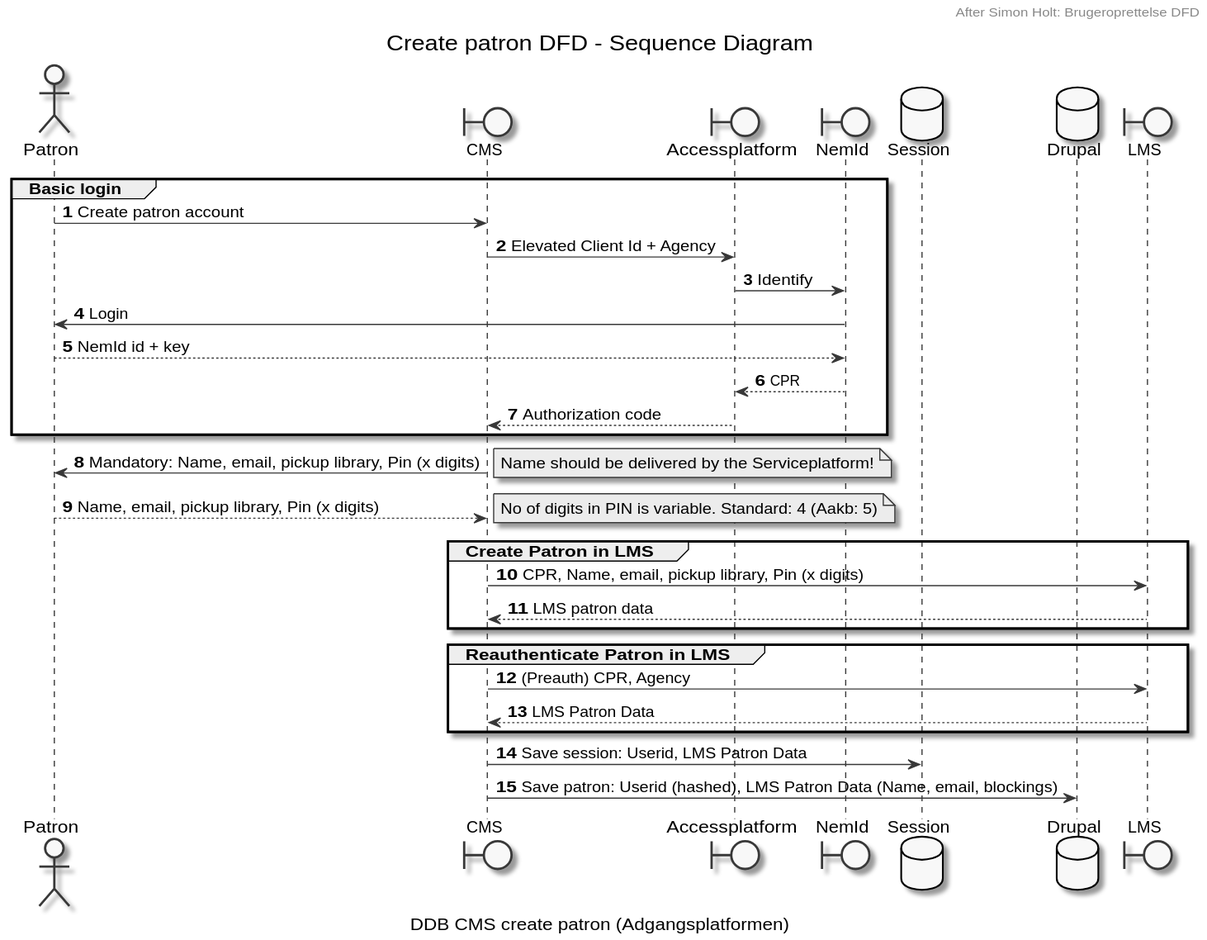
Earlier version of the PlantUML export docs/create-patron-dfd.svg (danskernesdigitalebibliotek/plantuml).
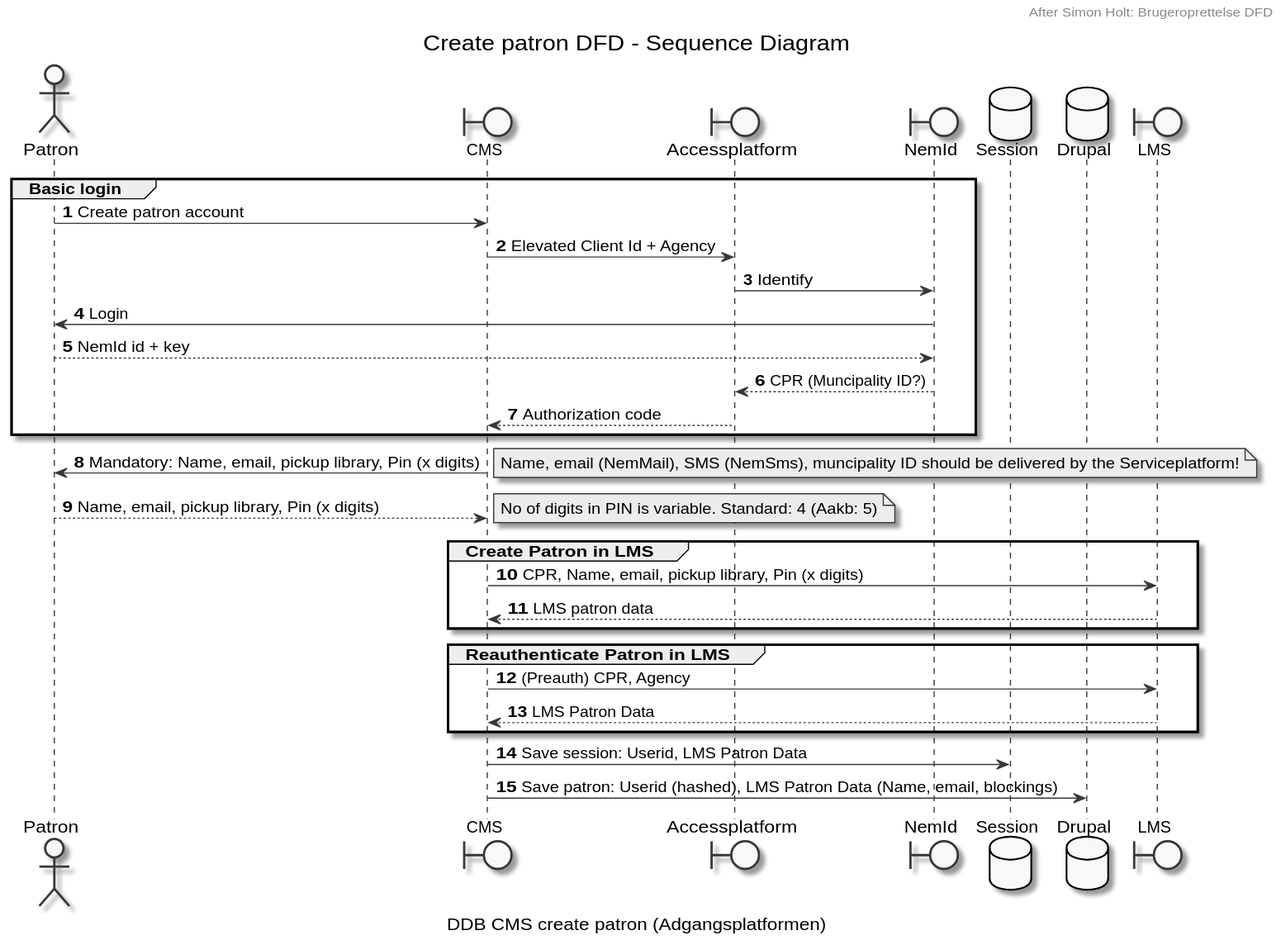
Later version of the same file.

Diff of the diagram source:
```diff
@@ -23,14 +23,14 @@
     AP -> NEMID: Identify
     NEMID -> USER: Login
     NEMID <-- USER: NemId id + key
-    AP <-- NEMID: CPR
+    AP <-- NEMID: CPR (Muncipality ID?)
     CMS <-- AP: Authorization code
 end
 
 
     CMS -> USER: Mandatory: Name, email, pickup library, Pin (x digits)
     note right
-        Name should be delivered by the Serviceplatform!
+        Name, email (NemMail), SMS (NemSms), muncipality ID should be delivered by the Serviceplatform!
     end note
     CMS <-- USER: Name, email, pickup library, Pin (x digits)
     note right
```
